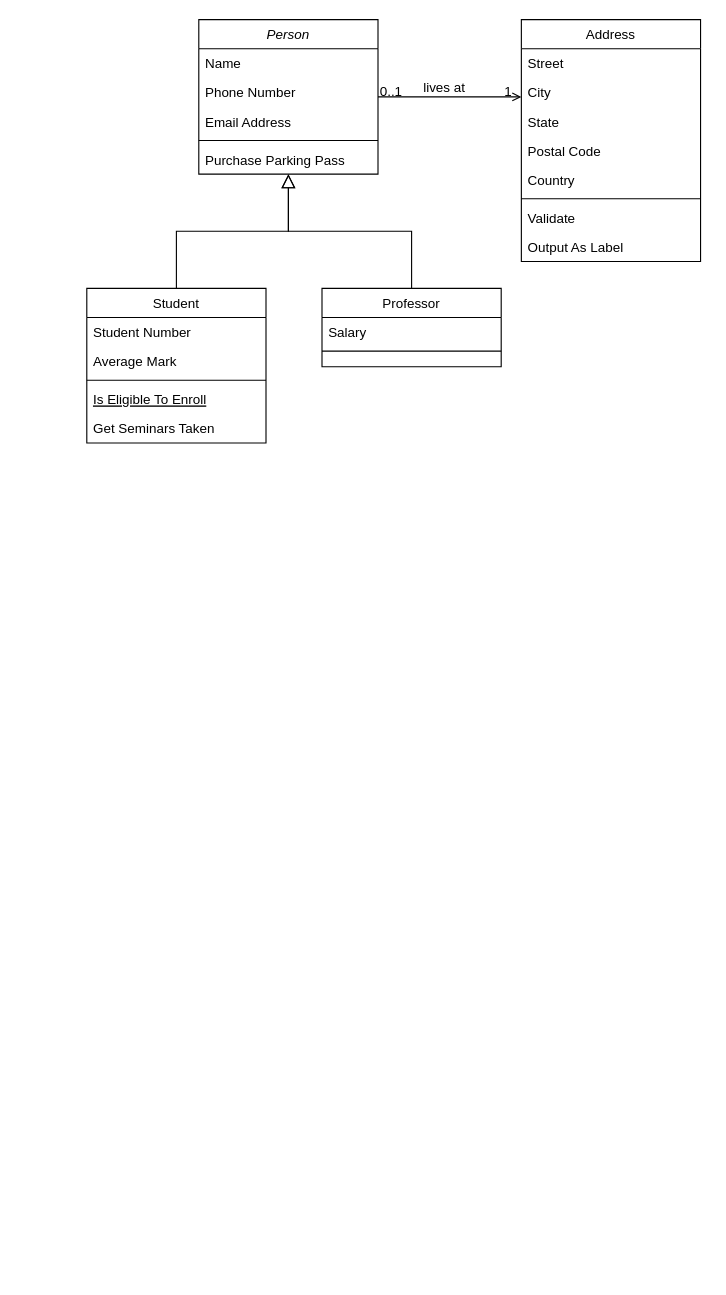
Above: ClassDiagramAPBO.drawio in xnoname2003/flowchart (draw.io), before the change. Source tidied: cells renumbered, new cells numbered last; positions are measured from the earlier drawing's top-left corner, leaving out a move shared by most shapes. Both pictures are drawn from the tidied source at 112%, with x=0, y=0 at pixel (86, 19).
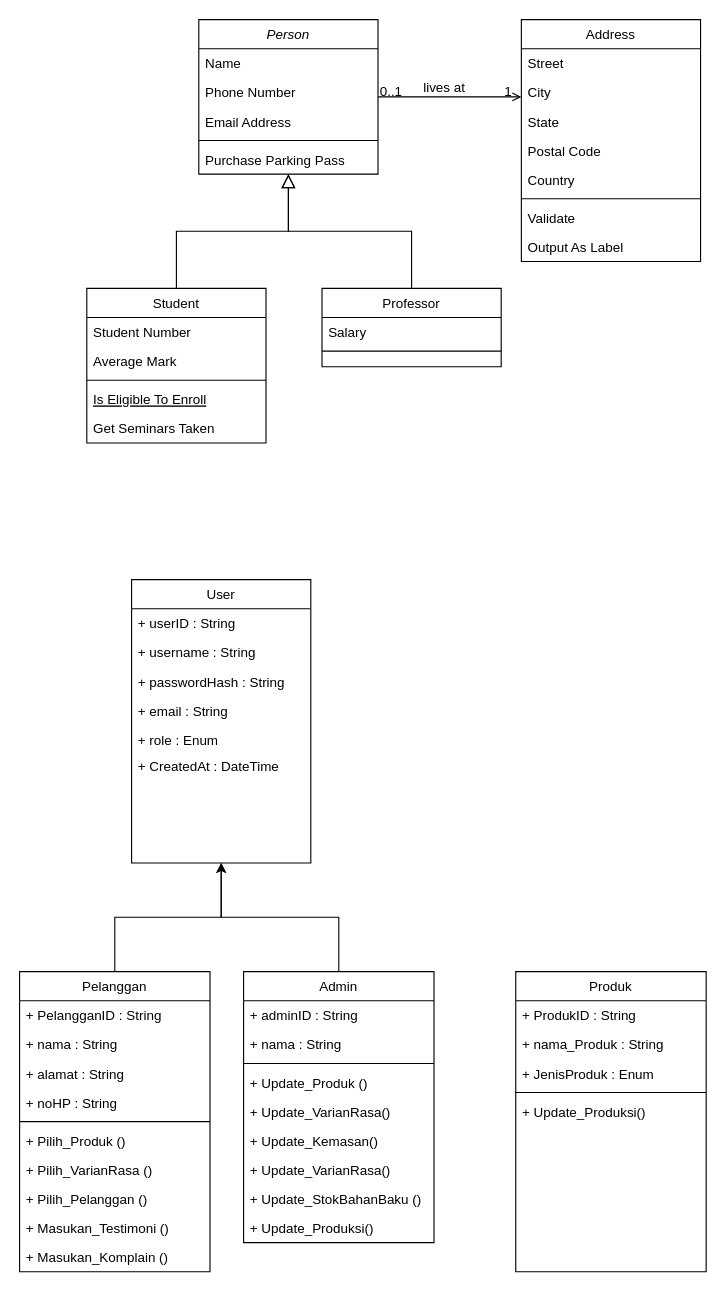
After the change.

Diff of the diagram source:
```diff
@@
+    <mxCell id="32" value="User" style="swimlane;fontStyle=0;align=center;verticalAlign=top;horizontal=1;startSize=26;rounded=0;shadow=0;strokeWidth=1;" parent="1" vertex="1">
+      <mxGeometry x="40" y="500" width="160" height="253" as="geometry" />
+    </mxCell>
+    <mxCell id="33" value="+ userID : String" style="text;align=left;verticalAlign=top;spacingLeft=4;spacingRight=4;overflow=hidden;" parent="32" vertex="1">
+      <mxGeometry y="26" width="160" height="26" as="geometry" />
+    </mxCell>
+    <mxCell id="34" value="+ username : String" style="text;align=left;verticalAlign=top;spacingLeft=4;spacingRight=4;overflow=hidden;rounded=0;shadow=0;html=0;" parent="32" vertex="1">
+      <mxGeometry y="52" width="160" height="26" as="geometry" />
+    </mxCell>
+    <mxCell id="35" value="+ passwordHash : String" style="text;align=left;verticalAlign=top;spacingLeft=4;spacingRight=4;overflow=hidden;rounded=0;shadow=0;html=0;" parent="32" vertex="1">
+      <mxGeometry y="78" width="160" height="26" as="geometry" />
+    </mxCell>
+    <mxCell id="36" value="+ email : String" style="text;align=left;verticalAlign=top;spacingLeft=4;spacingRight=4;overflow=hidden;rounded=0;shadow=0;html=0;" parent="32" vertex="1">
+      <mxGeometry y="104" width="160" height="26" as="geometry" />
+    </mxCell>
+    <mxCell id="37" value="+ role : Enum" style="text;align=left;verticalAlign=top;spacingLeft=4;spacingRight=4;overflow=hidden;rounded=0;shadow=0;html=0;" parent="32" vertex="1">
+      <mxGeometry y="130" width="160" height="23" as="geometry" />
+    </mxCell>
+    <mxCell id="38" value="+ CreatedAt : DateTime" style="text;align=left;verticalAlign=top;spacingLeft=4;spacingRight=4;overflow=hidden;rounded=0;shadow=0;html=0;" parent="32" vertex="1">
+      <mxGeometry y="153" width="160" height="23" as="geometry" />
+    </mxCell>
+    <mxCell id="39" style="align=right;verticalAlign=bottom;labelBackgroundColor=none;fontSize=12;" parent="1" vertex="1">
+      <mxGeometry x="100" y="723" as="geometry" />
+    </mxCell>
+    <mxCell id="40" style="edgeStyle=orthogonalEdgeStyle;rounded=0;jettySize=auto;html=1;entryX=0.5;entryY=1;entryDx=0;entryDy=0;" parent="1" edge="1" source="41" target="32">
+      <mxGeometry relative="1" as="geometry" />
+    </mxCell>
+    <mxCell id="41" value="Pelanggan" style="swimlane;fontStyle=0;align=center;verticalAlign=top;horizontal=1;startSize=26;rounded=0;shadow=0;strokeWidth=1;" parent="1" vertex="1">
+      <mxGeometry x="-60" y="850" width="170" height="268" as="geometry" />
+    </mxCell>
+    <mxCell id="42" value="+ PelangganID : String" style="text;align=left;verticalAlign=top;spacingLeft=4;spacingRight=4;overflow=hidden;" parent="41" vertex="1">
+      <mxGeometry y="26" width="170" height="26" as="geometry" />
+    </mxCell>
+    <mxCell id="43" value="+ nama : String" style="text;align=left;verticalAlign=top;spacingLeft=4;spacingRight=4;overflow=hidden;rounded=0;shadow=0;html=0;" parent="41" vertex="1">
+      <mxGeometry y="52" width="170" height="26" as="geometry" />
+    </mxCell>
+    <mxCell id="44" value="+ alamat : String" style="text;align=left;verticalAlign=top;spacingLeft=4;spacingRight=4;overflow=hidden;rounded=0;shadow=0;html=0;" parent="41" vertex="1">
+      <mxGeometry y="78" width="170" height="26" as="geometry" />
+    </mxCell>
+    <mxCell id="45" value="+ noHP : String" style="text;align=left;verticalAlign=top;spacingLeft=4;spacingRight=4;overflow=hidden;rounded=0;shadow=0;html=0;" parent="41" vertex="1">
+      <mxGeometry y="104" width="170" height="26" as="geometry" />
+    </mxCell>
+    <mxCell id="46" style="line;html=1;strokeWidth=1;align=left;verticalAlign=middle;spacingTop=-1;spacingLeft=3;spacingRight=3;labelPosition=right;" parent="41" vertex="1">
+      <mxGeometry y="130" width="170" height="8" as="geometry" />
+    </mxCell>
+    <mxCell id="47" value="+ Pilih_Produk ()" style="text;align=left;verticalAlign=top;spacingLeft=4;spacingRight=4;overflow=hidden;" parent="41" vertex="1">
+      <mxGeometry y="138" width="170" height="26" as="geometry" />
+    </mxCell>
+    <mxCell id="48" value="+ Pilih_VarianRasa ()" style="text;align=left;verticalAlign=top;spacingLeft=4;spacingRight=4;overflow=hidden;" parent="41" vertex="1">
+      <mxGeometry y="164" width="170" height="26" as="geometry" />
+    </mxCell>
+    <mxCell id="49" value="+ Pilih_Pelanggan ()" style="text;align=left;verticalAlign=top;spacingLeft=4;spacingRight=4;overflow=hidden;" parent="41" vertex="1">
+      <mxGeometry y="190" width="170" height="26" as="geometry" />
+    </mxCell>
+    <mxCell id="50" value="+ Masukan_Testimoni ()" style="text;align=left;verticalAlign=top;spacingLeft=4;spacingRight=4;overflow=hidden;" parent="41" vertex="1">
+      <mxGeometry y="216" width="170" height="26" as="geometry" />
+    </mxCell>
+    <mxCell id="51" value="+ Masukan_Komplain ()" style="text;align=left;verticalAlign=top;spacingLeft=4;spacingRight=4;overflow=hidden;" parent="41" vertex="1">
+      <mxGeometry y="242" width="170" height="26" as="geometry" />
+    </mxCell>
+    <mxCell id="52" style="align=right;verticalAlign=bottom;labelBackgroundColor=none;fontSize=12;" parent="1" vertex="1">
+      <mxGeometry x="270" y="783" as="geometry" />
+    </mxCell>
+    <mxCell id="53" style="edgeStyle=orthogonalEdgeStyle;rounded=0;jettySize=auto;html=1;exitX=0.5;exitY=0;exitDx=0;exitDy=0;entryX=0.5;entryY=1;entryDx=0;entryDy=0;" parent="1" edge="1" source="54" target="32">
+      <mxGeometry relative="1" as="geometry" />
+    </mxCell>
+    <mxCell id="54" value="Admin" style="swimlane;fontStyle=0;align=center;verticalAlign=top;horizontal=1;startSize=26;rounded=0;shadow=0;strokeWidth=1;" parent="1" vertex="1">
+      <mxGeometry x="140" y="850" width="170" height="242" as="geometry" />
+    </mxCell>
+    <mxCell id="55" value="+ adminID : String" style="text;align=left;verticalAlign=top;spacingLeft=4;spacingRight=4;overflow=hidden;" parent="54" vertex="1">
+      <mxGeometry y="26" width="170" height="26" as="geometry" />
+    </mxCell>
+    <mxCell id="56" value="+ nama : String" style="text;align=left;verticalAlign=top;spacingLeft=4;spacingRight=4;overflow=hidden;rounded=0;shadow=0;html=0;" parent="54" vertex="1">
+      <mxGeometry y="52" width="170" height="26" as="geometry" />
+    </mxCell>
+    <mxCell id="57" style="line;html=1;strokeWidth=1;align=left;verticalAlign=middle;spacingTop=-1;spacingLeft=3;spacingRight=3;labelPosition=right;" parent="54" vertex="1">
+      <mxGeometry y="78" width="170" height="8" as="geometry" />
+    </mxCell>
+    <mxCell id="58" value="+ Update_Produk ()" style="text;align=left;verticalAlign=top;spacingLeft=4;spacingRight=4;overflow=hidden;" parent="54" vertex="1">
+      <mxGeometry y="86" width="170" height="26" as="geometry" />
+    </mxCell>
+    <mxCell id="59" value="+ Update_VarianRasa()" style="text;align=left;verticalAlign=top;spacingLeft=4;spacingRight=4;overflow=hidden;" parent="54" vertex="1">
+      <mxGeometry y="112" width="170" height="26" as="geometry" />
+    </mxCell>
+    <mxCell id="60" value="+ Update_Kemasan()" style="text;align=left;verticalAlign=top;spacingLeft=4;spacingRight=4;overflow=hidden;" parent="54" vertex="1">
+      <mxGeometry y="138" width="170" height="26" as="geometry" />
+    </mxCell>
+    <mxCell id="61" value="+ Update_VarianRasa()" style="text;align=left;verticalAlign=top;spacingLeft=4;spacingRight=4;overflow=hidden;" parent="54" vertex="1">
+      <mxGeometry y="164" width="170" height="26" as="geometry" />
+    </mxCell>
+    <mxCell id="62" value="+ Update_StokBahanBaku ()" style="text;align=left;verticalAlign=top;spacingLeft=4;spacingRight=4;overflow=hidden;" parent="54" vertex="1">
+      <mxGeometry y="190" width="170" height="26" as="geometry" />
+    </mxCell>
+    <mxCell id="63" value="+ Update_Produksi()" style="text;align=left;verticalAlign=top;spacingLeft=4;spacingRight=4;overflow=hidden;" parent="54" vertex="1">
+      <mxGeometry y="216" width="170" height="26" as="geometry" />
+    </mxCell>
+    <mxCell id="64" value="Produk" style="swimlane;fontStyle=0;align=center;verticalAlign=top;horizontal=1;startSize=26;rounded=0;shadow=0;strokeWidth=1;" parent="1" vertex="1">
+      <mxGeometry x="383" y="850" width="170" height="268" as="geometry" />
+    </mxCell>
+    <mxCell id="65" value="+ ProdukID : String" style="text;align=left;verticalAlign=top;spacingLeft=4;spacingRight=4;overflow=hidden;" parent="64" vertex="1">
+      <mxGeometry y="26" width="170" height="26" as="geometry" />
+    </mxCell>
+    <mxCell id="66" value="+ nama_Produk : String" style="text;align=left;verticalAlign=top;spacingLeft=4;spacingRight=4;overflow=hidden;rounded=0;shadow=0;html=0;" parent="64" vertex="1">
+      <mxGeometry y="52" width="170" height="26" as="geometry" />
+    </mxCell>
+    <mxCell id="67" value="+ JenisProduk : Enum" style="text;align=left;verticalAlign=top;spacingLeft=4;spacingRight=4;overflow=hidden;rounded=0;shadow=0;html=0;" parent="64" vertex="1">
+      <mxGeometry y="78" width="170" height="26" as="geometry" />
+    </mxCell>
+    <mxCell id="68" style="line;html=1;strokeWidth=1;align=left;verticalAlign=middle;spacingTop=-1;spacingLeft=3;spacingRight=3;labelPosition=right;" parent="64" vertex="1">
+      <mxGeometry y="104" width="170" height="8" as="geometry" />
+    </mxCell>
+    <mxCell id="69" value="+ Update_Produksi()" style="text;align=left;verticalAlign=top;spacingLeft=4;spacingRight=4;overflow=hidden;" parent="64" vertex="1">
+      <mxGeometry y="112" width="170" height="26" as="geometry" />
+    </mxCell>
```
